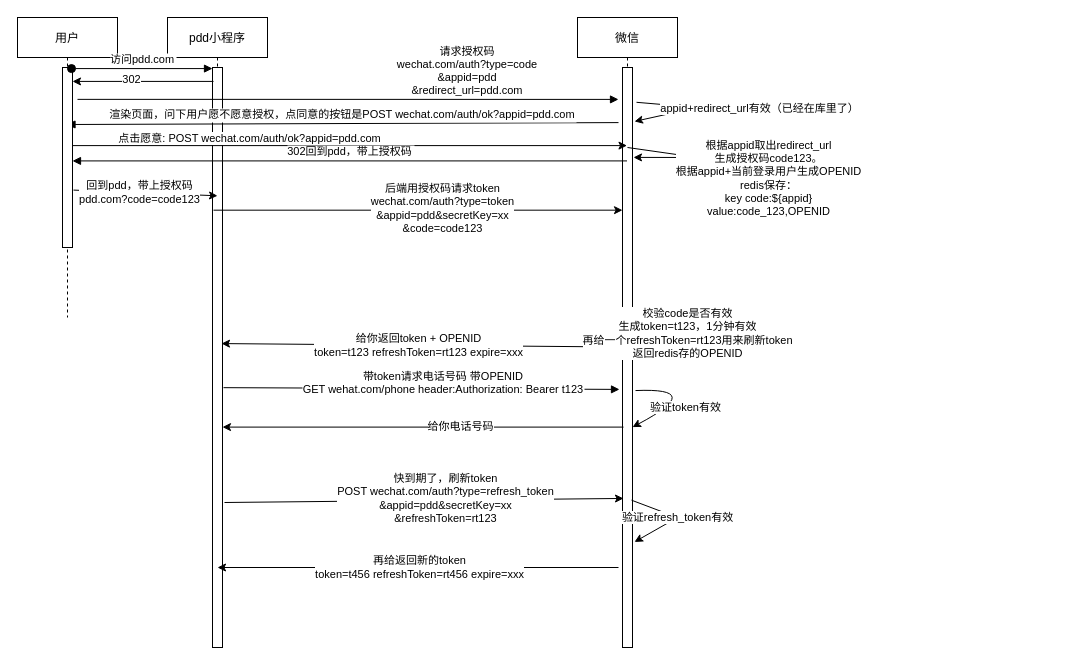
The draw.io diagram 未命名绘图.drawio in SteveWongBUAA/diagrams, before the edit. Source tidied: cells renumbered, new cells numbered last; positions are measured from the earlier drawing's top-left corner, leaving out a move shared by most shapes. Both pictures are drawn from the tidied source at 100%, with x=0, y=0 at pixel (17, 17).
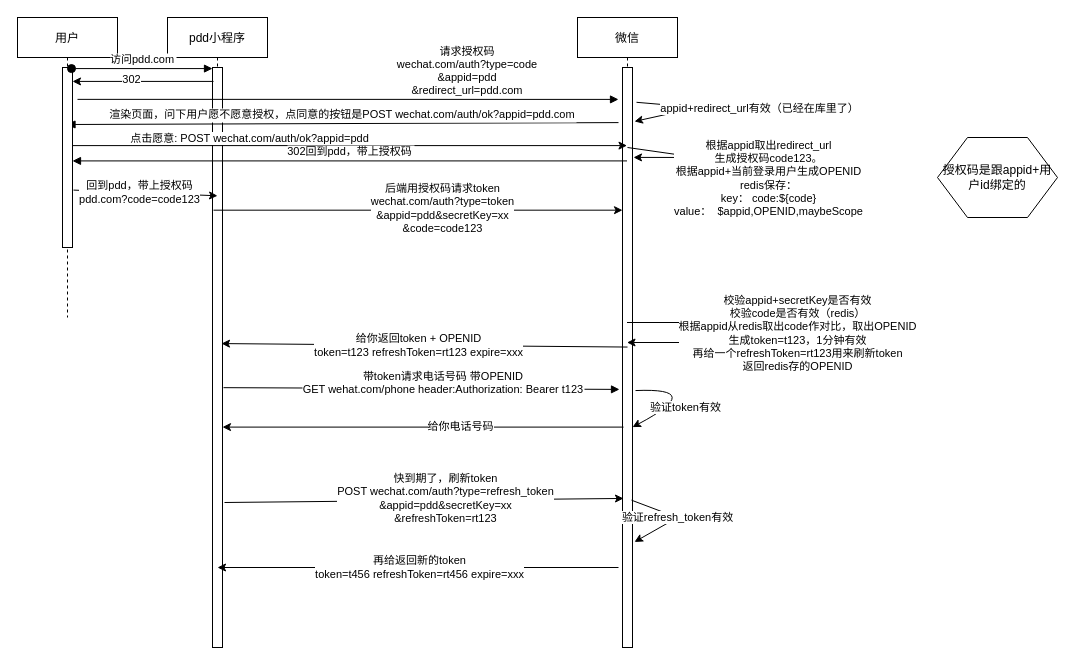
After the change.

Commit message:
加上openid的逻辑

Unchanged cells that the change refers to:
```xml
<mxCell id="8" style="endArrow=classic;html=1;entryX=1.1;entryY=0.155;entryDx=0;entryDy=0;entryPerimeter=0;" parent="4" edge="1" target="5">
  <mxGeometry relative="1" as="geometry">
    <mxPoint x="50" y="130" as="sourcePoint" />
    <Array as="points">
      <mxPoint x="120" y="140" />
    </Array>
  </mxGeometry>
</mxCell>
<mxCell id="18" style="endArrow=classic;html=1;exitX=1;exitY=0.513;exitDx=0;exitDy=0;exitPerimeter=0;" parent="1" edge="1" target="4">
  <mxGeometry relative="1" as="geometry">
    <mxPoint x="55" y="128.1" as="sourcePoint" />
  </mxGeometry>
</mxCell>
<mxCell id="22" style="endArrow=classic;html=1;" parent="1" edge="1" source="4" target="4">
  <mxGeometry relative="1" as="geometry" />
</mxCell>
```

What changed in the source:
```diff
@@
-    <mxCell id="9" value="根据appid取出redirect_url&lt;br&gt;生成授权码code123。&lt;br&gt;根据appid+当前登录用户生成OPENID&lt;br&gt;redis保存：&lt;br&gt;key code:${appid}&lt;br&gt;value:code_123,OPENID" style="edgeLabel;html=1;align=center;verticalAlign=middle;" parent="8" vertex="1">
+    <mxCell id="9" value="根据appid取出redirect_url&lt;br&gt;生成授权码code123。&lt;br&gt;根据appid+当前登录用户生成OPENID&lt;br&gt;redis保存：&lt;br&gt;key： code:${code}&lt;br&gt;value：&amp;nbsp; $appid,OPENID,maybeScope" style="edgeLabel;html=1;align=center;verticalAlign=middle;" parent="8" vertex="1">
       <mxGeometry x="-0.29" y="2" relative="1" as="geometry">
         <mxPoint x="92.2" y="25.2" as="offset" />
       </mxGeometry>
     </mxCell>
@@
-    <mxCell id="19" value="点击愿意: POST wechat.com/auth/ok?appid=pdd.com" style="edgeLabel;html=1;align=center;verticalAlign=middle;" parent="18" vertex="1">
+    <mxCell id="19" value="点击愿意: POST wechat.com/auth/ok?appid=pdd" style="edgeLabel;html=1;align=center;verticalAlign=middle;" parent="18" vertex="1">
       <mxGeometry x="0.23" y="2" relative="1" as="geometry">
         <mxPoint x="-165" y="-6.1" as="offset" />
       </mxGeometry>
     </mxCell>
@@
-    <mxCell id="23" value="校验code是否有效&lt;br&gt;生成token=t123，1分钟有效 &lt;br&gt;再给一个refreshToken=rt123用来刷新token&lt;br&gt;返回redis存的OPENID" style="edgeLabel;html=1;align=center;verticalAlign=middle;" parent="22" vertex="1">
+    <mxCell id="23" value="校验appid+secretKey是否有效&lt;br&gt;校验code是否有效（redis）&lt;br&gt;根据appid从redis取出code作对比，取出OPENID&lt;br&gt;生成token=t123，1分钟有效 &lt;br&gt;再给一个refreshToken=rt123用来刷新token&lt;br&gt;返回redis存的OPENID" style="edgeLabel;html=1;align=center;verticalAlign=middle;" parent="22" vertex="1">
       <mxGeometry x="-0.14" y="-6" relative="1" as="geometry">
-        <mxPoint x="-9.5" y="4" as="offset" />
+        <mxPoint x="100.5" y="4" as="offset" />
       </mxGeometry>
     </mxCell>
@@
+    <mxCell id="38" value="授权码是跟appid+用户id绑定的" style="shape=hexagon;perimeter=hexagonPerimeter2;whiteSpace=wrap;html=1;" parent="1" vertex="1">
+      <mxGeometry x="920" y="120" width="120" height="80" as="geometry" />
+    </mxCell>
```
